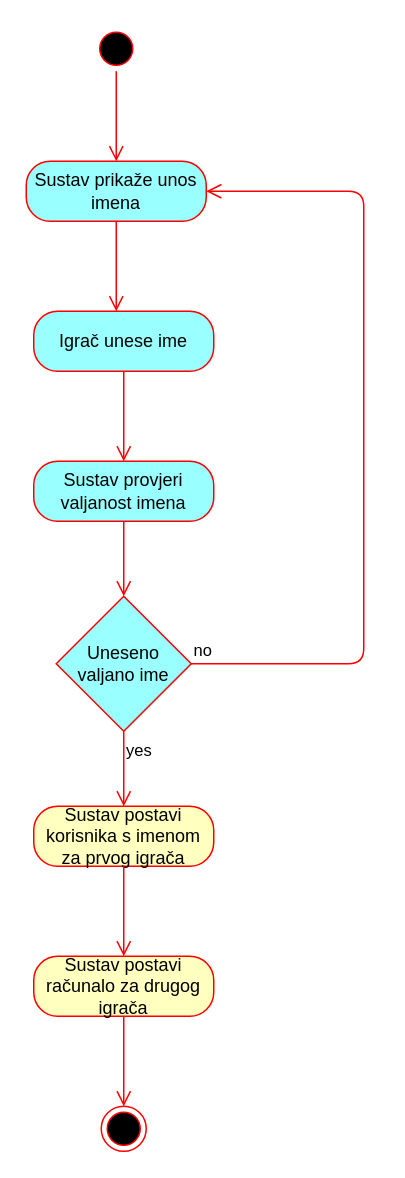
Earlier version of the draw.io diagram page "Activity: Unos igrača" (3 of 10) of Dijagram.drawio (LukaFarkas99/Battleship). Source tidied: cells renumbered, new cells numbered last; positions are measured from the earlier drawing's top-left corner, leaving out a move shared by most shapes. Both pictures are drawn from the tidied source at 150%, with x=0, y=0 at pixel (26, 26).
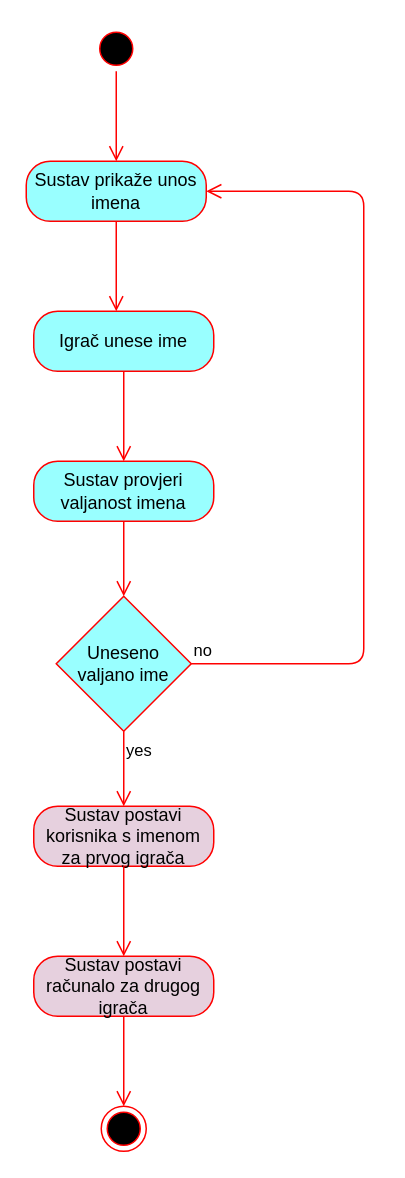
The same diagram, later.

What changed in the source:
```diff
@@
-    <mxCell id="13" value="Sustav postavi korisnika s imenom za prvog igrača" style="rounded=1;whiteSpace=wrap;html=1;arcSize=40;fontColor=#000000;fillColor=#ffffc0;strokeColor=#ff0000;" parent="1" vertex="1">
+    <mxCell id="13" value="Sustav postavi korisnika s imenom za prvog igrača" style="rounded=1;whiteSpace=wrap;html=1;arcSize=40;fontColor=#000000;strokeColor=#ff0000;fillColor=#E6D0DE;" parent="1" vertex="1">
       <mxGeometry x="5" y="520" width="120" height="40" as="geometry" />
     </mxCell>
@@
-    <mxCell id="15" value="Sustav postavi računalo za drugog igrača" style="rounded=1;whiteSpace=wrap;html=1;arcSize=40;fontColor=#000000;fillColor=#ffffc0;strokeColor=#ff0000;" parent="1" vertex="1">
+    <mxCell id="15" value="Sustav postavi računalo za drugog igrača" style="rounded=1;whiteSpace=wrap;html=1;arcSize=40;fontColor=#000000;strokeColor=#ff0000;fillColor=#E6D0DE;" parent="1" vertex="1">
       <mxGeometry x="5" y="620" width="120" height="40" as="geometry" />
     </mxCell>
```
